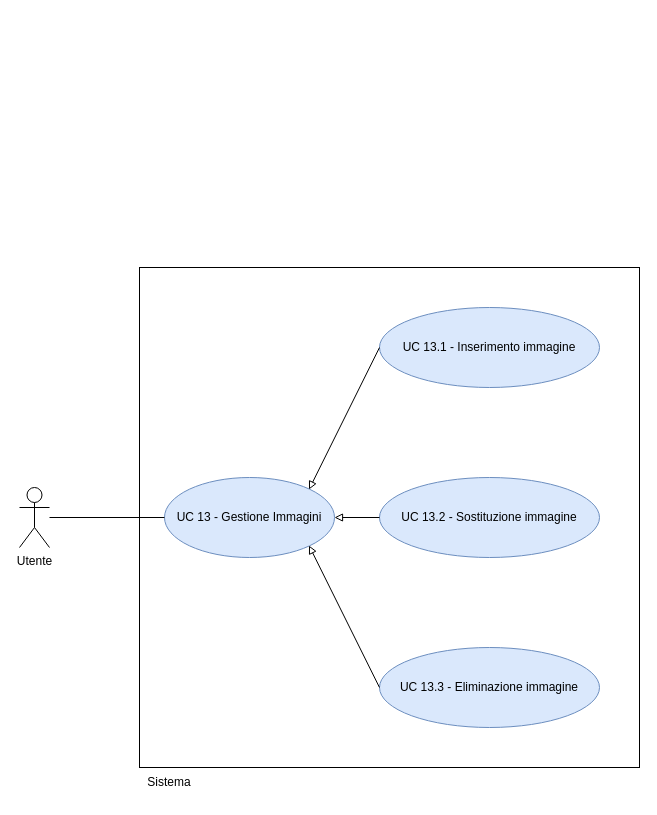
Before: RTB/doc_esterna/analisi-dei-requisiti/assets/draw.io/UC13.drawio in thebitless-group-swe/thebitless.github.io, a draw.io diagram. Source tidied: cells renumbered, new cells numbered last; positions are measured from the earlier drawing's top-left corner, leaving out a move shared by most shapes. Both pictures are drawn from the tidied source at 100%, with x=0, y=0 at pixel (19, 267).
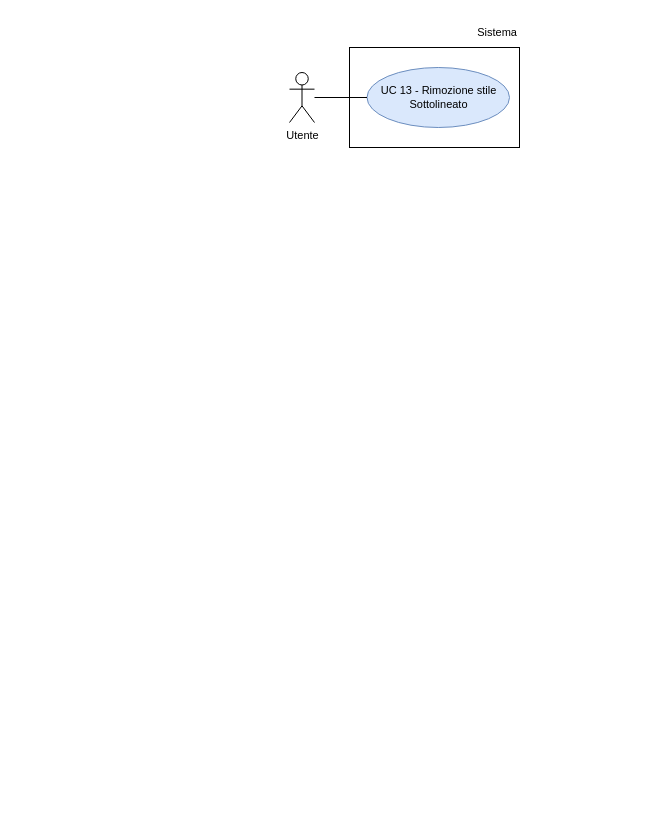
The same page after the edit.

The edit, as a diff of the source:
```diff
@@
 <mxGraphModel>
   <root>
     <mxCell id="0" />
     <mxCell id="1" parent="0" />
-    <mxCell id="2" value="Utente" style="shape=umlActor;verticalLabelPosition=bottom;verticalAlign=top;html=1;outlineConnect=0;" parent="1" vertex="1">
-      <mxGeometry y="220" width="30" height="60" as="geometry" />
+    <mxCell id="2" value="Utente" style="shape=umlActor;verticalLabelPosition=bottom;verticalAlign=top;html=1;outlineConnect=0;fontSize=11;" parent="1" vertex="1">
+      <mxGeometry x="270" y="-195" width="25" height="50" as="geometry" />
     </mxCell>
-    <mxCell id="3" style="whiteSpace=wrap;html=1;" parent="1" vertex="1">
-      <mxGeometry x="120" width="500" height="500" as="geometry" />
-    </mxCell>
+    <mxCell id="13" style="rounded=0;whiteSpace=wrap;html=1;strokeWidth=1;" parent="1" vertex="1">
+      <mxGeometry x="330" y="-220" width="170" height="100" as="geometry" />
+    </mxCell>
-    <mxCell id="4" value="Sistema" style="text;html=1;whiteSpace=wrap;strokeColor=none;fillColor=none;align=center;verticalAlign=middle;rounded=0;" parent="1" vertex="1">
-      <mxGeometry x="120" y="500" width="60" height="30" as="geometry" />
+    <mxCell id="4" value="Sistema" style="text;html=1;whiteSpace=wrap;strokeColor=none;fillColor=none;align=right;verticalAlign=middle;fontSize=11;" parent="1" vertex="1">
+      <mxGeometry x="440" y="-250" width="60" height="30" as="geometry" />
     </mxCell>
-    <mxCell id="5" value="UC 13 - Gestione Immagini" style="ellipse;whiteSpace=wrap;html=1;fillColor=#dae8fc;strokeColor=#6c8ebf;" parent="1" vertex="1">
-      <mxGeometry x="145" y="210" width="170" height="80" as="geometry" />
-    </mxCell>
-    <mxCell id="6" style="edgeStyle=orthogonalEdgeStyle;rounded=0;jettySize=auto;html=1;endArrow=none;endFill=0;" parent="1" edge="1" source="2" target="5">
-      <mxGeometry relative="1" as="geometry" />
-    </mxCell>
-    <mxCell id="7" value="UC 13.1 - Inserimento immagine" style="ellipse;whiteSpace=wrap;html=1;fillColor=#dae8fc;strokeColor=#6c8ebf;" parent="1" vertex="1">
-      <mxGeometry x="360" y="40" width="220" height="80" as="geometry" />
-    </mxCell>
-    <mxCell id="8" value="UC 13.2 - Sostituzione immagine" style="ellipse;whiteSpace=wrap;html=1;fillColor=#dae8fc;strokeColor=#6c8ebf;" parent="1" vertex="1">
-      <mxGeometry x="360" y="210" width="220" height="80" as="geometry" />
-    </mxCell>
-    <mxCell id="9" value="UC 13.3 - Eliminazione immagine" style="ellipse;whiteSpace=wrap;html=1;fillColor=#dae8fc;strokeColor=#6c8ebf;" parent="1" vertex="1">
-      <mxGeometry x="360" y="380" width="220" height="80" as="geometry" />
-    </mxCell>
-    <mxCell id="10" style="endArrow=block;endFill=0;html=1;rounded=0;exitX=0;exitY=0.5;exitDx=0;exitDy=0;entryX=0.85;entryY=0.15;entryDx=0;entryDy=0;entryPerimeter=0;" parent="1" edge="1" source="7" target="5">
-      <mxGeometry relative="1" as="geometry" />
-    </mxCell>
-    <mxCell id="11" style="endArrow=block;endFill=0;html=1;rounded=0;exitX=0;exitY=0.5;exitDx=0;exitDy=0;entryX=1;entryY=0.5;entryDx=0;entryDy=0;" parent="1" edge="1" source="8" target="5">
-      <mxGeometry relative="1" as="geometry" />
-    </mxCell>
-    <mxCell id="12" style="endArrow=block;endFill=0;html=1;rounded=0;exitX=0;exitY=0.5;exitDx=0;exitDy=0;entryX=0.85;entryY=0.85;entryDx=0;entryDy=0;entryPerimeter=0;" parent="1" edge="1" source="9" target="5">
-      <mxGeometry relative="1" as="geometry" />
-    </mxCell>
+    <mxCell id="14" value="UC 13 - Rimozione stile Sottolineato" style="ellipse;whiteSpace=wrap;html=1;fillColor=#dae8fc;strokeColor=#6c8ebf;fontSize=11;" parent="1" vertex="1">
+      <mxGeometry x="347.5" y="-200" width="142.5" height="60" as="geometry" />
+    </mxCell>
+    <mxCell id="15" style="edgeStyle=none;rounded=0;jettySize=auto;html=1;endArrow=none;endFill=0;" parent="1" edge="1" source="2" target="14">
+      <mxGeometry relative="1" as="geometry" />
+    </mxCell>
+    <mxCell id="16" style="edgeStyle=orthogonalEdgeStyle;rounded=0;orthogonalLoop=1;jettySize=auto;html=1;exitX=0.5;exitY=1;exitDx=0;exitDy=0;" parent="1" edge="1" source="4" target="4">
+      <mxGeometry relative="1" as="geometry" />
+    </mxCell>
   </root>
 </mxGraphModel>
```
